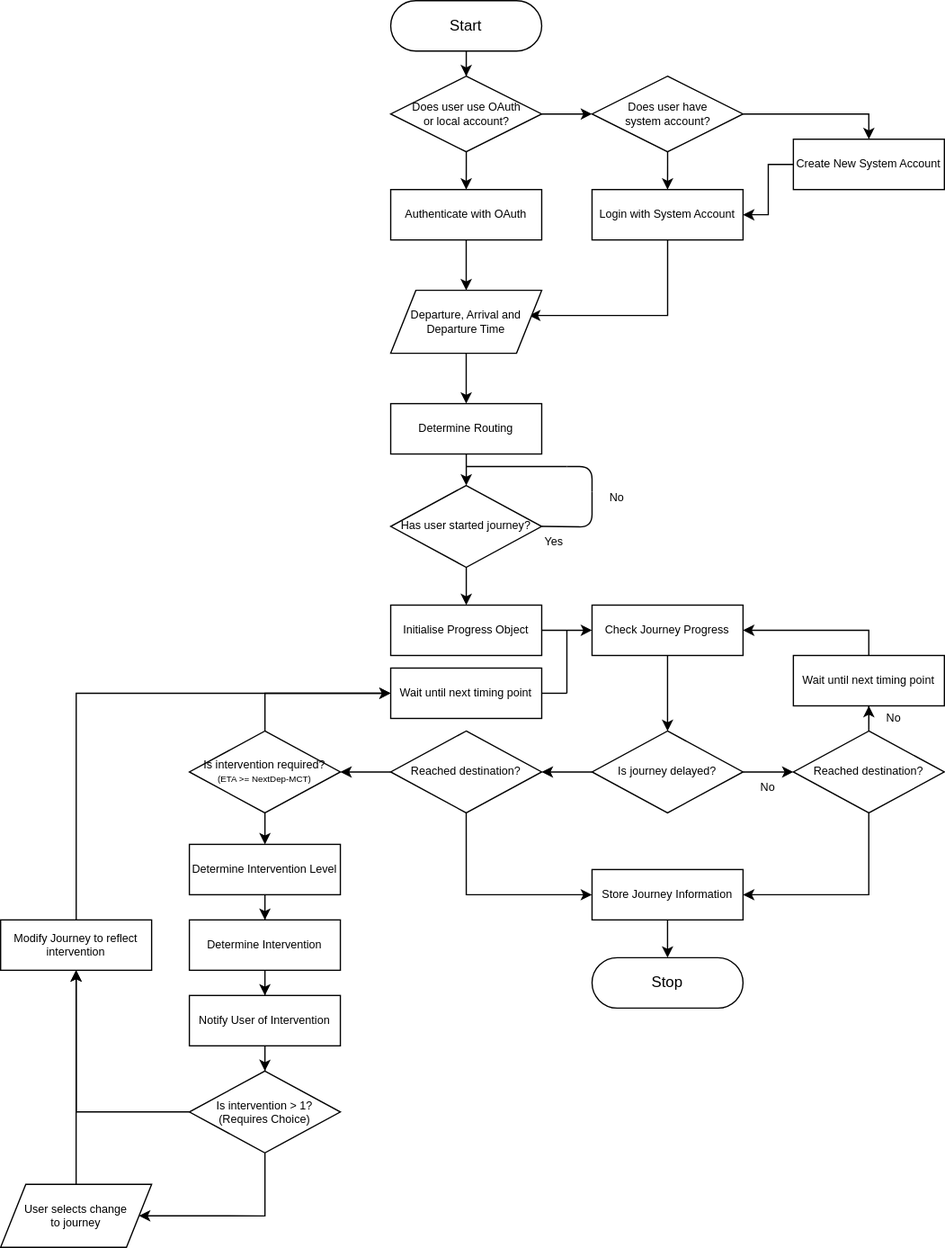
This is docs/assets/Flow Chart.svg from agentsquash/a2-nea, a draw.io export, as it was before one commit. Source tidied: cells renumbered, new cells last; positions are measured from the earlier drawing's top-left corner, leaving out a move shared by most shapes.
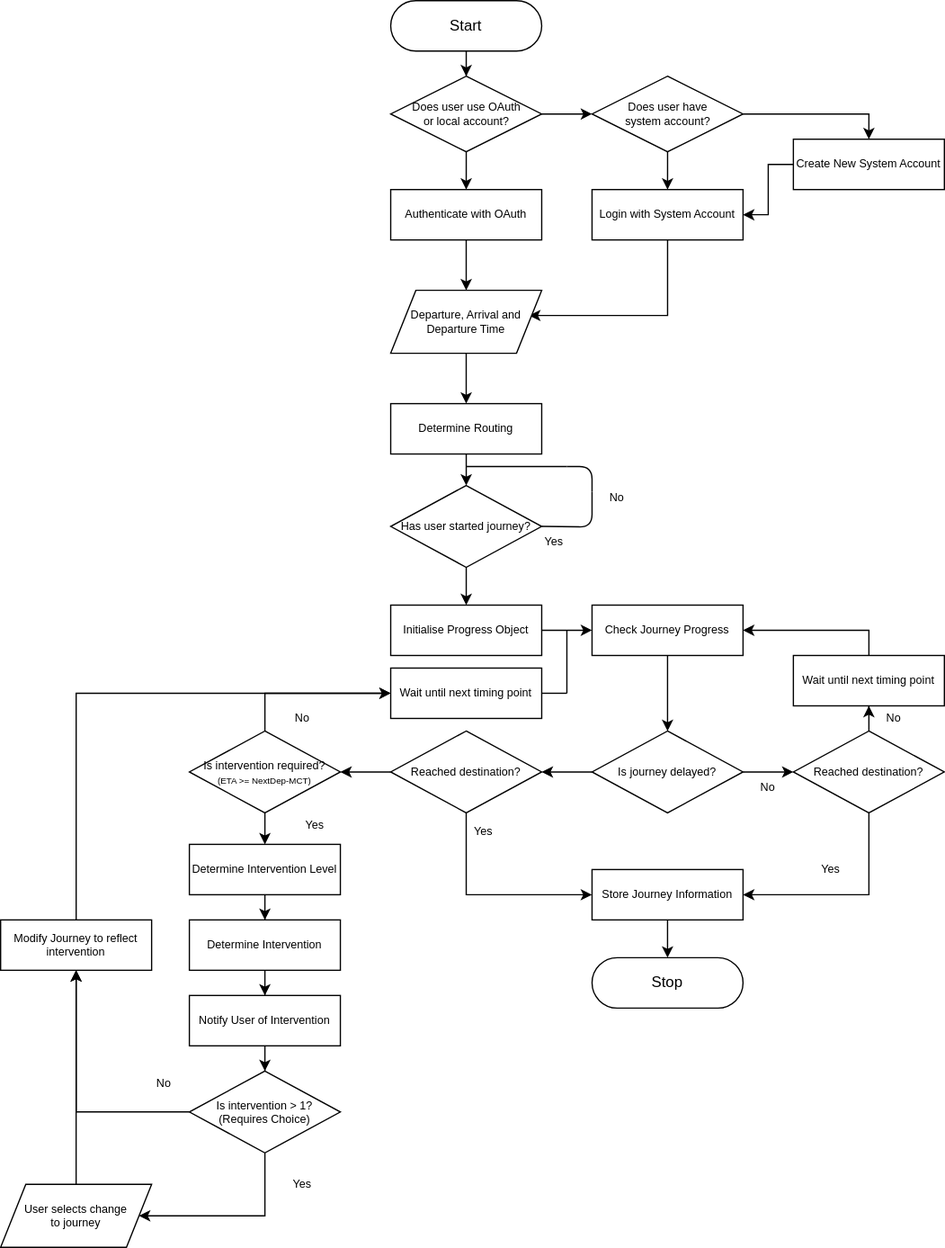
The same diagram one commit later.

What changed in the source:
```diff
@@ -247,5 +247,23 @@
     <mxCell id="67" value="User selects change&lt;br&gt;to journey" style="shape=parallelogram;perimeter=parallelogramPerimeter;whiteSpace=wrap;html=1;fixedSize=1;fontSize=9;" parent="1" vertex="1">
       <mxGeometry y="940" width="120" height="50" as="geometry" />
     </mxCell>
+    <mxCell id="68" value="Yes" style="text;html=1;strokeColor=none;fillColor=none;align=center;verticalAlign=middle;whiteSpace=wrap;rounded=0;fontSize=9;" parent="1" vertex="1">
+      <mxGeometry x="220" y="930" width="40" height="20" as="geometry" />
+    </mxCell>
+    <mxCell id="69" value="No" style="text;html=1;strokeColor=none;fillColor=none;align=center;verticalAlign=middle;whiteSpace=wrap;rounded=0;fontSize=9;" parent="1" vertex="1">
+      <mxGeometry x="110" y="850" width="40" height="20" as="geometry" />
+    </mxCell>
+    <mxCell id="70" value="Yes" style="text;html=1;strokeColor=none;fillColor=none;align=center;verticalAlign=middle;whiteSpace=wrap;rounded=0;fontSize=9;" parent="1" vertex="1">
+      <mxGeometry x="230" y="645" width="40" height="20" as="geometry" />
+    </mxCell>
+    <mxCell id="71" value="No" style="text;html=1;strokeColor=none;fillColor=none;align=center;verticalAlign=middle;whiteSpace=wrap;rounded=0;fontSize=9;" parent="1" vertex="1">
+      <mxGeometry x="220" y="560" width="40" height="20" as="geometry" />
+    </mxCell>
+    <mxCell id="72" value="Yes" style="text;html=1;strokeColor=none;fillColor=none;align=center;verticalAlign=middle;whiteSpace=wrap;rounded=0;fontSize=9;" parent="1" vertex="1">
+      <mxGeometry x="640" y="680" width="40" height="20" as="geometry" />
+    </mxCell>
+    <mxCell id="73" value="Yes" style="text;html=1;strokeColor=none;fillColor=none;align=center;verticalAlign=middle;whiteSpace=wrap;rounded=0;fontSize=9;" parent="1" vertex="1">
+      <mxGeometry x="364" y="650" width="40" height="20" as="geometry" />
+    </mxCell>
   </root>
 </mxGraphModel>
```
